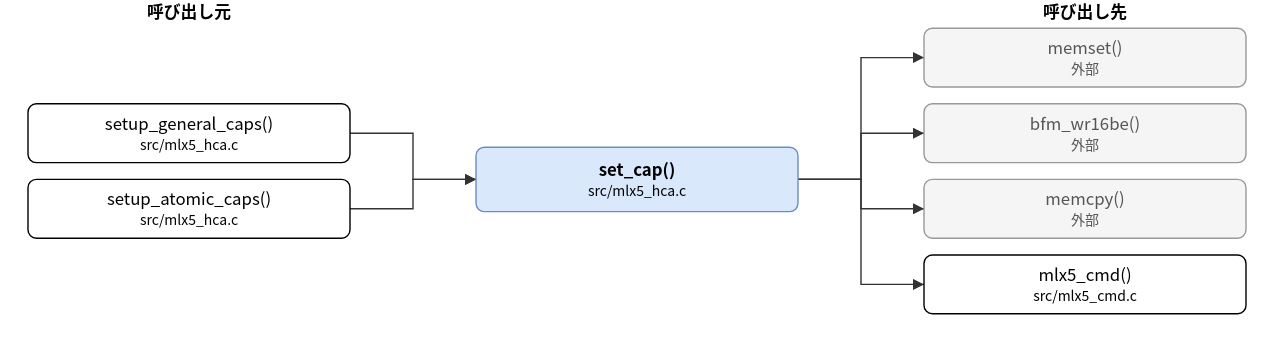
The draw.io diagram doc/spec/images/call_src_mlx5_hca-set_cap.drawio.svg in hf355051012-ai/bfmem, before a commit. Source tidied: cells renumbered, new cells last; positions are measured from the earlier drawing's top-left corner, leaving out a move shared by most shapes. Source of this version:
```xml
<mxGraphModel>
  <root>
    <mxCell id="0" />
    <mxCell id="1" parent="0" />
    <mxCell id="2" value="set_cap()&lt;br&gt;&lt;font style=&quot;font-size:10px&quot;&gt;src/mlx5_hca.c&lt;/font&gt;" style="rounded=1;whiteSpace=wrap;html=1;fillColor=#dae8fc;strokeColor=#6c8ebf;fontStyle=1;" parent="1" vertex="1">
      <mxGeometry x="320" y="105" width="230" height="46" as="geometry" />
    </mxCell>
    <mxCell id="3" value="setup_general_caps()&lt;br&gt;&lt;font style=&quot;font-size:10px&quot;&gt;src/mlx5_hca.c&lt;/font&gt;" style="rounded=1;whiteSpace=wrap;html=1;" parent="1" vertex="1">
      <mxGeometry y="74" width="230" height="42" as="geometry" />
    </mxCell>
    <mxCell id="4" value="setup_atomic_caps()&lt;br&gt;&lt;font style=&quot;font-size:10px&quot;&gt;src/mlx5_hca.c&lt;/font&gt;" style="rounded=1;whiteSpace=wrap;html=1;" parent="1" vertex="1">
      <mxGeometry y="128" width="230" height="42" as="geometry" />
    </mxCell>
    <mxCell id="5" value="memset()&lt;br&gt;&lt;font style=&quot;font-size:10px&quot;&gt;外部&lt;/font&gt;" style="rounded=1;whiteSpace=wrap;html=1;fillColor=#f5f5f5;strokeColor=#999999;fontColor=#555555;" parent="1" vertex="1">
      <mxGeometry x="640" y="20" width="230" height="42" as="geometry" />
    </mxCell>
    <mxCell id="6" value="bfm_wr16be()&lt;br&gt;&lt;font style=&quot;font-size:10px&quot;&gt;外部&lt;/font&gt;" style="rounded=1;whiteSpace=wrap;html=1;fillColor=#f5f5f5;strokeColor=#999999;fontColor=#555555;" parent="1" vertex="1">
      <mxGeometry x="640" y="74" width="230" height="42" as="geometry" />
    </mxCell>
    <mxCell id="7" value="memcpy()&lt;br&gt;&lt;font style=&quot;font-size:10px&quot;&gt;外部&lt;/font&gt;" style="rounded=1;whiteSpace=wrap;html=1;fillColor=#f5f5f5;strokeColor=#999999;fontColor=#555555;" parent="1" vertex="1">
      <mxGeometry x="640" y="128" width="230" height="42" as="geometry" />
    </mxCell>
    <mxCell id="8" value="mlx5_cmd()&lt;br&gt;&lt;font style=&quot;font-size:10px&quot;&gt;src/mlx5_cmd.c&lt;/font&gt;" style="rounded=1;whiteSpace=wrap;html=1;" parent="1" vertex="1">
      <mxGeometry x="640" y="182" width="230" height="42" as="geometry" />
    </mxCell>
    <mxCell id="9" style="edgeStyle=none;html=1;rounded=0;endArrow=block;endFill=1;exitX=1.0000;exitY=0.5000;exitDx=0;exitDy=0;exitPerimeter=0;entryX=0.0000;entryY=0.5000;entryDx=0;entryDy=0;entryPerimeter=0;" parent="1" edge="1" source="3" target="2">
      <mxGeometry relative="1" as="geometry">
        <Array as="points">
          <mxPoint x="275" y="95" />
          <mxPoint x="275" y="128" />
        </Array>
      </mxGeometry>
    </mxCell>
    <mxCell id="10" style="edgeStyle=none;html=1;rounded=0;endArrow=block;endFill=1;exitX=1.0000;exitY=0.5000;exitDx=0;exitDy=0;exitPerimeter=0;entryX=0.0000;entryY=0.5000;entryDx=0;entryDy=0;entryPerimeter=0;" parent="1" edge="1" source="4" target="2">
      <mxGeometry relative="1" as="geometry">
        <Array as="points">
          <mxPoint x="275" y="149" />
          <mxPoint x="275" y="128" />
        </Array>
      </mxGeometry>
    </mxCell>
    <mxCell id="11" style="edgeStyle=none;html=1;rounded=0;endArrow=block;endFill=1;exitX=1.0000;exitY=0.5000;exitDx=0;exitDy=0;exitPerimeter=0;entryX=0.0000;entryY=0.5000;entryDx=0;entryDy=0;entryPerimeter=0;" parent="1" edge="1" source="2" target="5">
      <mxGeometry relative="1" as="geometry">
        <Array as="points">
          <mxPoint x="595" y="128" />
          <mxPoint x="595" y="41" />
        </Array>
      </mxGeometry>
    </mxCell>
    <mxCell id="12" style="edgeStyle=none;html=1;rounded=0;endArrow=block;endFill=1;exitX=1.0000;exitY=0.5000;exitDx=0;exitDy=0;exitPerimeter=0;entryX=0.0000;entryY=0.5000;entryDx=0;entryDy=0;entryPerimeter=0;" parent="1" edge="1" source="2" target="6">
      <mxGeometry relative="1" as="geometry">
        <Array as="points">
          <mxPoint x="595" y="128" />
          <mxPoint x="595" y="95" />
        </Array>
      </mxGeometry>
    </mxCell>
    <mxCell id="13" style="edgeStyle=none;html=1;rounded=0;endArrow=block;endFill=1;exitX=1.0000;exitY=0.5000;exitDx=0;exitDy=0;exitPerimeter=0;entryX=0.0000;entryY=0.5000;entryDx=0;entryDy=0;entryPerimeter=0;" parent="1" edge="1" source="2" target="7">
      <mxGeometry relative="1" as="geometry">
        <Array as="points">
          <mxPoint x="595" y="128" />
          <mxPoint x="595" y="149" />
        </Array>
      </mxGeometry>
    </mxCell>
    <mxCell id="14" style="edgeStyle=none;html=1;rounded=0;endArrow=block;endFill=1;exitX=1.0000;exitY=0.5000;exitDx=0;exitDy=0;exitPerimeter=0;entryX=0.0000;entryY=0.5000;entryDx=0;entryDy=0;entryPerimeter=0;" parent="1" edge="1" source="2" target="8">
      <mxGeometry relative="1" as="geometry">
        <Array as="points">
          <mxPoint x="595" y="128" />
          <mxPoint x="595" y="203" />
        </Array>
      </mxGeometry>
    </mxCell>
    <mxCell id="15" value="呼び出し元" style="text;html=1;align=center;fontStyle=1;" parent="1" vertex="1">
      <mxGeometry x="35" width="160" height="18" as="geometry" />
    </mxCell>
    <mxCell id="16" value="呼び出し先" style="text;html=1;align=center;fontStyle=1;" parent="1" vertex="1">
      <mxGeometry x="675" width="160" height="18" as="geometry" />
    </mxCell>
  </root>
</mxGraphModel>
```
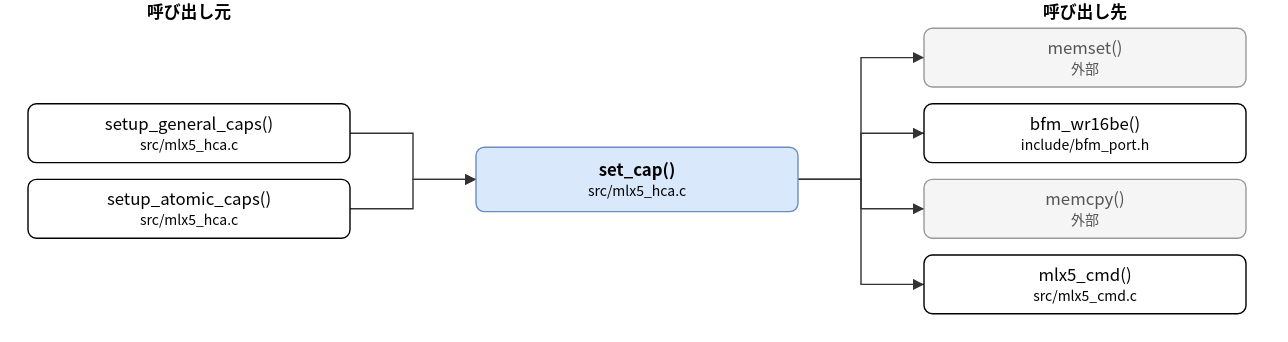
After the commit.

The edit, as a diff of the source:
```diff
@@ -14,7 +14,7 @@
     <mxCell id="5" value="memset()&lt;br&gt;&lt;font style=&quot;font-size:10px&quot;&gt;外部&lt;/font&gt;" style="rounded=1;whiteSpace=wrap;html=1;fillColor=#f5f5f5;strokeColor=#999999;fontColor=#555555;" parent="1" vertex="1">
       <mxGeometry x="640" y="20" width="230" height="42" as="geometry" />
     </mxCell>
-    <mxCell id="6" value="bfm_wr16be()&lt;br&gt;&lt;font style=&quot;font-size:10px&quot;&gt;外部&lt;/font&gt;" style="rounded=1;whiteSpace=wrap;html=1;fillColor=#f5f5f5;strokeColor=#999999;fontColor=#555555;" parent="1" vertex="1">
+    <mxCell id="6" value="bfm_wr16be()&lt;br&gt;&lt;font style=&quot;font-size:10px&quot;&gt;include/bfm_port.h&lt;/font&gt;" style="rounded=1;whiteSpace=wrap;html=1;" parent="1" vertex="1">
       <mxGeometry x="640" y="74" width="230" height="42" as="geometry" />
     </mxCell>
     <mxCell id="7" value="memcpy()&lt;br&gt;&lt;font style=&quot;font-size:10px&quot;&gt;外部&lt;/font&gt;" style="rounded=1;whiteSpace=wrap;html=1;fillColor=#f5f5f5;strokeColor=#999999;fontColor=#555555;" parent="1" vertex="1">
```
